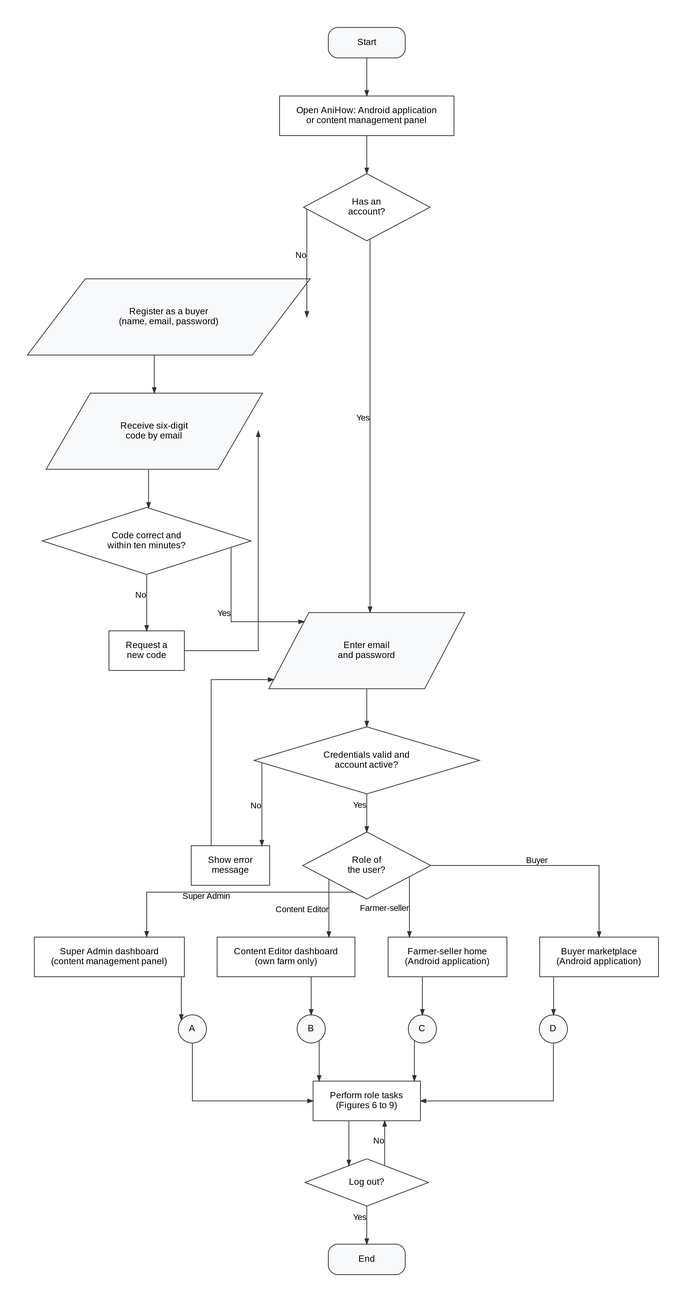
This is docs/manuscript/figures/fig5a_flow_overall.png from shawncastaneda11-commits/anihow-backend, a Graphviz export, as it was before one commit. Its source is kept beside it as docs/manuscript/figures/src/fig5a_flow_overall.dot.
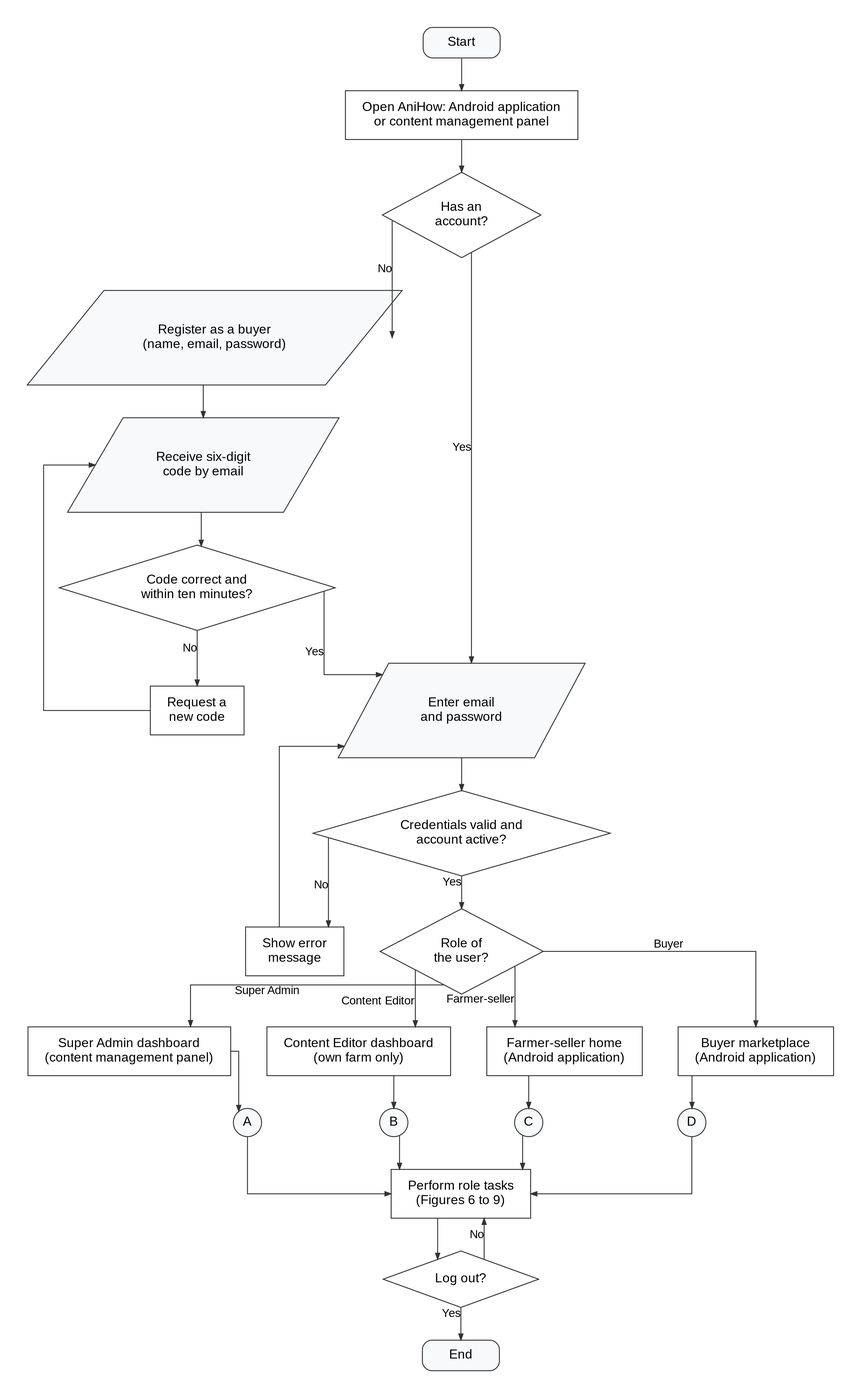
Above is the later version.

Commit message:
docs(manuscript): enlarge type in the system flowchart for legibility

Change to the diagram source:
```diff
@@ -1,7 +1,7 @@
 digraph G {
-  graph [rankdir=TB, splines=ortho, nodesep=0.6, ranksep=0.7, pad=0.5, fontname="Liberation Sans", newrank=true, bgcolor="white"];
-  node  [fontname="Liberation Sans", fontsize=12, penwidth=1, color="#333333", style=filled, fillcolor="#FFFFFF"];
-  edge  [penwidth=1, arrowsize=0.7, color="#333333", fontname="Liberation Sans", fontsize=11];
+  graph [rankdir=TB, splines=ortho, nodesep=0.65, ranksep=0.6, pad=0.5, fontname="Liberation Sans", newrank=true, bgcolor="white"];
+  node  [fontname="Liberation Sans", fontsize=17, penwidth=1.2, color="#333333", style=filled, fillcolor="#FFFFFF"];
+  edge  [penwidth=1.2, arrowsize=0.8, color="#333333", fontname="Liberation Sans", fontsize=15];
   s [shape=box, style="rounded,filled", fillcolor="#F8F9FA", width=1.4, height=0.55, label="Start"];
   open [shape=box, margin="0.30,0.18", label="Open AniHow: Android application\nor content management panel"];
   acct [shape=diamond, margin="0.24,0.12", label="Has an\naccount?"];
```
